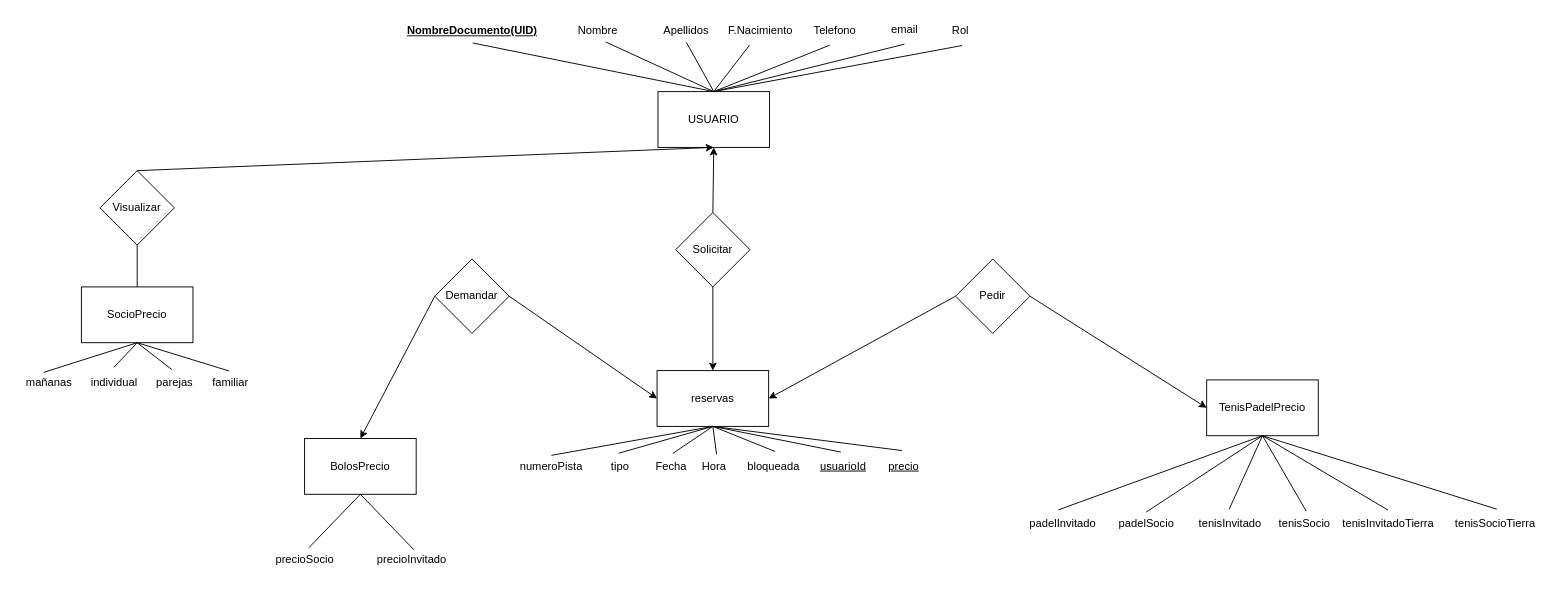
This is Trabajo_Fin_Grado/E02/DiagramaClasesUso.drawio from vod275/TFG_VIctor_Oliver, a draw.io file, before an edit. Source tidied: cells renumbered, new cells numbered last; positions are measured from the earlier drawing's top-left corner, leaving out a move shared by most shapes. Both pictures are drawn from the tidied source at 93%, with x=0, y=0 at pixel (16, 16).
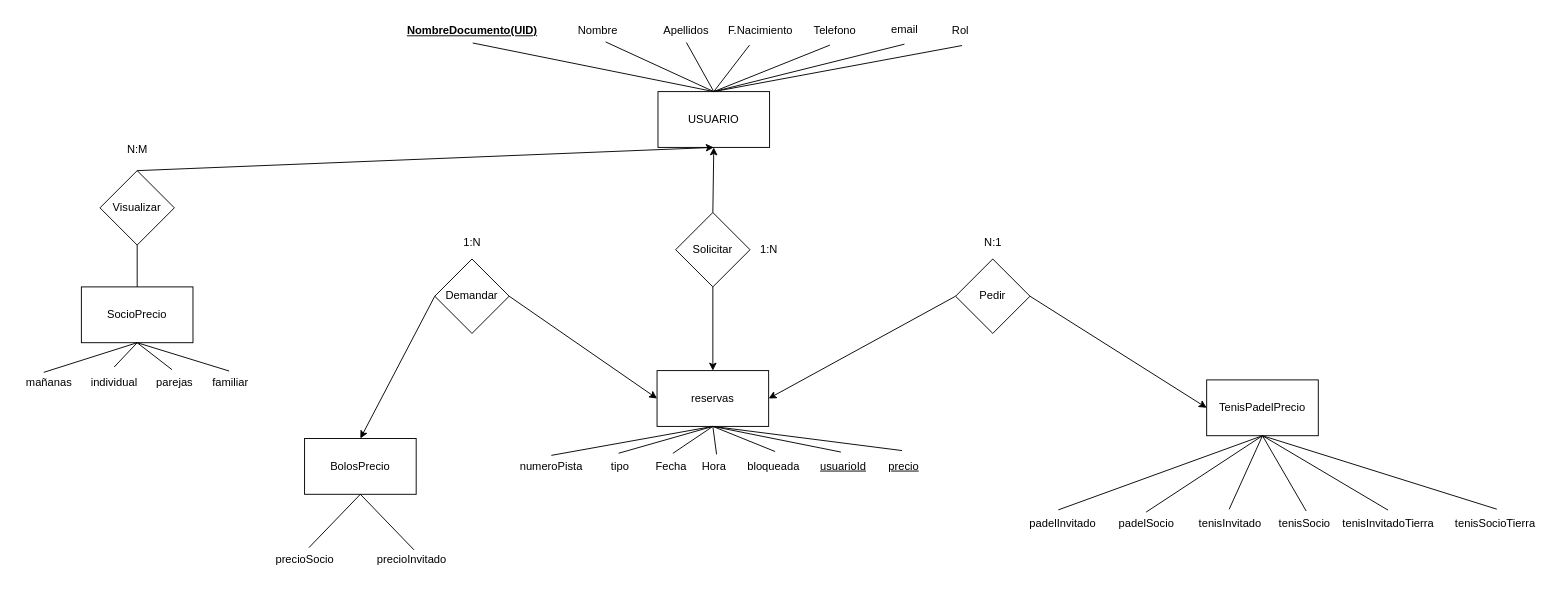
The same page after the edit.

What changed in the source:
```diff
@@
+    <mxCell id="71" value="N:1" style="text;html=1;align=center;verticalAlign=middle;strokeColor=none;fillColor=none;" parent="1" vertex="1">
+      <mxGeometry x="1030" y="229" width="40" height="30" as="geometry" />
+    </mxCell>
+    <mxCell id="72" value="1:N" style="text;html=1;align=center;verticalAlign=middle;strokeColor=none;fillColor=none;" parent="1" vertex="1">
+      <mxGeometry x="789" y="236" width="40" height="30" as="geometry" />
+    </mxCell>
+    <mxCell id="73" value="1:N" style="text;html=1;align=center;verticalAlign=middle;strokeColor=none;fillColor=none;" parent="1" vertex="1">
+      <mxGeometry x="470" y="229" width="40" height="30" as="geometry" />
+    </mxCell>
+    <mxCell id="74" value="N:M" style="text;html=1;align=center;verticalAlign=middle;strokeColor=none;fillColor=none;" parent="1" vertex="1">
+      <mxGeometry x="105" y="129" width="50" height="30" as="geometry" />
+    </mxCell>
```
